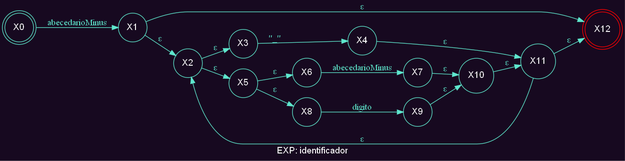
Before: ExRegan1/REPORTES/AFND_202100953/Afnd_identificador.png, a diagram exported from Graphviz (Damaris-Muralles/OLC_ExRegan). Its source is kept beside it as ExRegan1/REPORTES/AFND_202100953/Afnd_identificador.dot.
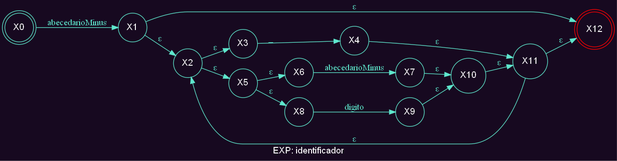
Later version of the same file.

Change to the diagram source:
```diff
@@ -10,7 +10,7 @@
 	X0 -> X1 [label = "abecedarioMinus" color="#5ee7cd" fontcolor="#5ee7cd"];
 	X1 -> X2 [label = "ε" color="#5ee7cd" fontcolor="#5ee7cd"];
 	X2 -> X3 [label = "ε" color="#5ee7cd" fontcolor="#5ee7cd"];
-	X3 -> X4 [label = "\"_\"" color="#5ee7cd" fontcolor="#5ee7cd"];
+	X3 -> X4 [label = "_" color="#5ee7cd" fontcolor="#5ee7cd"];
 	X2 -> X5 [label = "ε" color="#5ee7cd" fontcolor="#5ee7cd"];
 	X5 -> X6 [label = "ε" color="#5ee7cd" fontcolor="#5ee7cd"];
 	X6 -> X7 [label = "abecedarioMinus" color="#5ee7cd" fontcolor="#5ee7cd"];
```
